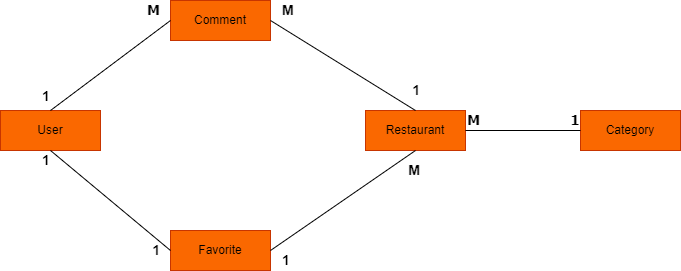
Before: ERD餐廳論壇.png, a diagram exported from draw.io (zephyrlin33/picture). Source tidied: cells renumbered, new cells last; positions are measured from the earlier drawing's top-left corner, leaving out a move shared by most shapes.
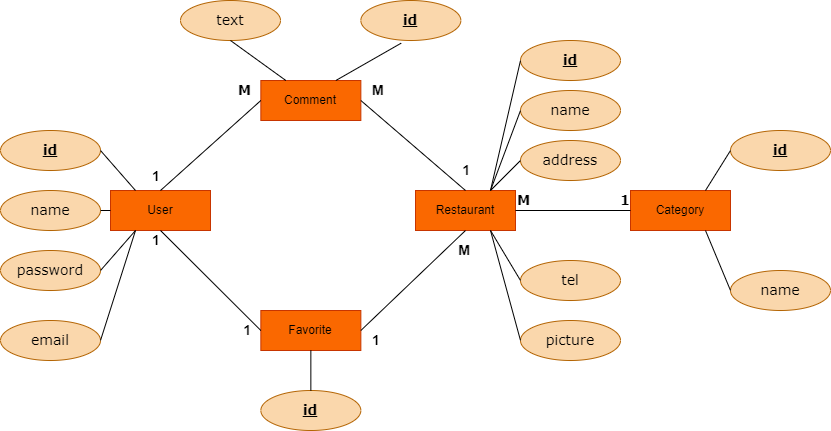
The same diagram one commit later.

Commit message:
更新ERD餐廳論壇.png

Diff of the diagram source:
```diff
@@ -3,13 +3,13 @@
     <mxCell id="0" />
     <mxCell id="1" parent="0" />
     <mxCell id="2" value="User" style="whiteSpace=wrap;html=1;align=center;fillColor=#fa6800;fontColor=#000000;strokeColor=#C73500;" parent="1" vertex="1">
-      <mxGeometry y="110" width="100" height="40" as="geometry" />
+      <mxGeometry x="60" y="110" width="100" height="40" as="geometry" />
     </mxCell>
     <mxCell id="3" value="Comment" style="whiteSpace=wrap;html=1;align=center;fillColor=#fa6800;fontColor=#000000;strokeColor=#C73500;" parent="1" vertex="1">
-      <mxGeometry x="170" width="100" height="40" as="geometry" />
+      <mxGeometry x="210.3" width="100" height="40" as="geometry" />
     </mxCell>
     <mxCell id="4" value="Favorite" style="whiteSpace=wrap;html=1;align=center;fillColor=#fa6800;fontColor=#000000;strokeColor=#C73500;" parent="1" vertex="1">
-      <mxGeometry x="170" y="230" width="100" height="40" as="geometry" />
+      <mxGeometry x="210.3" y="230" width="100" height="40" as="geometry" />
     </mxCell>
     <mxCell id="5" value="Category" style="whiteSpace=wrap;html=1;align=center;fillColor=#fa6800;fontColor=#000000;strokeColor=#C73500;" parent="1" vertex="1">
       <mxGeometry x="580" y="110" width="100" height="40" as="geometry" />
@@ -78,5 +78,89 @@
     <mxCell id="21" value="1" style="html=1;align=right;verticalAlign=bottom;fontFamily=Verdana;fontSize=14;fontStyle=1;" parent="19" vertex="1">
       <mxGeometry x="1" relative="1" as="geometry" />
     </mxCell>
+    <mxCell id="22" value="name" style="ellipse;whiteSpace=wrap;html=1;align=center;fontFamily=Verdana;fontSize=14;fillColor=#fad7ac;strokeColor=#b46504;" parent="1" vertex="1">
+      <mxGeometry x="-50" y="110" width="100" height="40" as="geometry" />
+    </mxCell>
+    <mxCell id="23" value="text" style="ellipse;whiteSpace=wrap;html=1;align=center;fontFamily=Verdana;fontSize=14;fillColor=#fad7ac;strokeColor=#b46504;" parent="1" vertex="1">
+      <mxGeometry x="130" y="-80" width="100" height="40" as="geometry" />
+    </mxCell>
+    <mxCell id="24" value="&lt;b&gt;id&lt;/b&gt;" style="ellipse;whiteSpace=wrap;html=1;align=center;fontStyle=4;fontFamily=Verdana;fontSize=14;fillColor=#fad7ac;strokeColor=#b46504;" parent="1" vertex="1">
+      <mxGeometry x="-50" y="50" width="100" height="40" as="geometry" />
+    </mxCell>
+    <mxCell id="25" value="&lt;b&gt;id&lt;/b&gt;" style="ellipse;whiteSpace=wrap;html=1;align=center;fontStyle=4;fontFamily=Verdana;fontSize=14;fillColor=#fad7ac;strokeColor=#b46504;" parent="1" vertex="1">
+      <mxGeometry x="310.4" y="-80" width="100" height="40" as="geometry" />
+    </mxCell>
+    <mxCell id="26" value="password" style="ellipse;whiteSpace=wrap;html=1;align=center;fontFamily=Verdana;fontSize=14;fillColor=#fad7ac;strokeColor=#b46504;" parent="1" vertex="1">
+      <mxGeometry x="-50" y="170" width="100" height="40" as="geometry" />
+    </mxCell>
+    <mxCell id="27" style="endArrow=none;html=1;rounded=0;fontFamily=Verdana;fontSize=14;exitX=1;exitY=0.5;exitDx=0;exitDy=0;entryX=0.25;entryY=0;entryDx=0;entryDy=0;" parent="1" edge="1" source="24" target="2">
+      <mxGeometry relative="1" as="geometry" />
+    </mxCell>
+    <mxCell id="28" style="endArrow=none;html=1;rounded=0;fontFamily=Verdana;fontSize=14;exitX=1;exitY=0.5;exitDx=0;exitDy=0;entryX=0;entryY=0.5;entryDx=0;entryDy=0;" parent="1" edge="1" source="22" target="2">
+      <mxGeometry relative="1" as="geometry" />
+    </mxCell>
+    <mxCell id="29" style="endArrow=none;html=1;rounded=0;fontFamily=Verdana;fontSize=14;exitX=1;exitY=0.5;exitDx=0;exitDy=0;entryX=0.25;entryY=1;entryDx=0;entryDy=0;" parent="1" edge="1" source="26" target="2">
+      <mxGeometry relative="1" as="geometry" />
+    </mxCell>
+    <mxCell id="30" style="endArrow=none;html=1;rounded=0;fontFamily=Verdana;fontSize=14;exitX=0.5;exitY=1;exitDx=0;exitDy=0;entryX=0.25;entryY=0;entryDx=0;entryDy=0;" parent="1" edge="1" source="23" target="3">
+      <mxGeometry relative="1" as="geometry" />
+    </mxCell>
+    <mxCell id="31" style="endArrow=none;html=1;rounded=0;fontFamily=Verdana;fontSize=14;entryX=0.403;entryY=1.067;entryDx=0;entryDy=0;entryPerimeter=0;exitX=0.75;exitY=0;exitDx=0;exitDy=0;" parent="1" edge="1" source="3" target="25">
+      <mxGeometry relative="1" as="geometry" />
+    </mxCell>
+    <mxCell id="32" value="id" style="ellipse;whiteSpace=wrap;html=1;align=center;fontStyle=5;fontFamily=Verdana;fontSize=14;fillColor=#fad7ac;strokeColor=#b46504;" parent="1" vertex="1">
+      <mxGeometry x="210.4" y="310" width="100" height="40" as="geometry" />
+    </mxCell>
+    <mxCell id="33" style="endArrow=none;html=1;rounded=0;fontFamily=Verdana;fontSize=14;exitX=0.5;exitY=1;exitDx=0;exitDy=0;entryX=0.5;entryY=0;entryDx=0;entryDy=0;" parent="1" edge="1" source="4" target="32">
+      <mxGeometry relative="1" as="geometry" />
+    </mxCell>
+    <mxCell id="34" value="email" style="ellipse;whiteSpace=wrap;html=1;align=center;fontFamily=Verdana;fontSize=14;fillColor=#fad7ac;strokeColor=#b46504;" parent="1" vertex="1">
+      <mxGeometry x="-50" y="240" width="100" height="40" as="geometry" />
+    </mxCell>
+    <mxCell id="35" style="endArrow=none;html=1;rounded=0;fontFamily=Verdana;fontSize=14;exitX=1;exitY=0.5;exitDx=0;exitDy=0;entryX=0.25;entryY=1;entryDx=0;entryDy=0;" parent="1" edge="1" source="34" target="2">
+      <mxGeometry relative="1" as="geometry" />
+    </mxCell>
+    <mxCell id="36" value="&lt;b&gt;id&lt;/b&gt;" style="ellipse;whiteSpace=wrap;html=1;align=center;fontStyle=4;fontFamily=Verdana;fontSize=14;fillColor=#fad7ac;strokeColor=#b46504;" parent="1" vertex="1">
+      <mxGeometry x="470" y="-40" width="100" height="40" as="geometry" />
+    </mxCell>
+    <mxCell id="37" value="name" style="ellipse;whiteSpace=wrap;html=1;align=center;fontFamily=Verdana;fontSize=14;fillColor=#fad7ac;strokeColor=#b46504;" parent="1" vertex="1">
+      <mxGeometry x="470" y="10" width="100" height="40" as="geometry" />
+    </mxCell>
+    <mxCell id="38" value="address" style="ellipse;whiteSpace=wrap;html=1;align=center;fontFamily=Verdana;fontSize=14;fillColor=#fad7ac;strokeColor=#b46504;" parent="1" vertex="1">
+      <mxGeometry x="470" y="60" width="100" height="40" as="geometry" />
+    </mxCell>
+    <mxCell id="39" value="tel" style="ellipse;whiteSpace=wrap;html=1;align=center;fontFamily=Verdana;fontSize=14;fillColor=#fad7ac;strokeColor=#b46504;" parent="1" vertex="1">
+      <mxGeometry x="470" y="180" width="100" height="40" as="geometry" />
+    </mxCell>
+    <mxCell id="40" value="picture" style="ellipse;whiteSpace=wrap;html=1;align=center;fontFamily=Verdana;fontSize=14;fillColor=#fad7ac;strokeColor=#b46504;" parent="1" vertex="1">
+      <mxGeometry x="470" y="240" width="100" height="40" as="geometry" />
+    </mxCell>
+    <mxCell id="41" style="endArrow=none;html=1;rounded=0;fontFamily=Verdana;fontSize=14;entryX=0;entryY=0.5;entryDx=0;entryDy=0;exitX=0.75;exitY=0;exitDx=0;exitDy=0;" parent="1" edge="1" source="6" target="36">
+      <mxGeometry relative="1" as="geometry" />
+    </mxCell>
+    <mxCell id="42" style="endArrow=none;html=1;rounded=0;fontFamily=Verdana;fontSize=14;exitX=0.75;exitY=1;exitDx=0;exitDy=0;entryX=0;entryY=0.5;entryDx=0;entryDy=0;" parent="1" edge="1" source="6" target="39">
+      <mxGeometry relative="1" as="geometry" />
+    </mxCell>
+    <mxCell id="43" style="endArrow=none;html=1;rounded=0;fontFamily=Verdana;fontSize=14;exitX=0.75;exitY=1;exitDx=0;exitDy=0;entryX=0;entryY=0.5;entryDx=0;entryDy=0;" parent="1" edge="1" source="6" target="40">
+      <mxGeometry relative="1" as="geometry" />
+    </mxCell>
+    <mxCell id="44" style="endArrow=none;html=1;rounded=0;fontFamily=Verdana;fontSize=14;entryX=0;entryY=0.5;entryDx=0;entryDy=0;exitX=0.75;exitY=0;exitDx=0;exitDy=0;" parent="1" edge="1" source="6" target="37">
+      <mxGeometry relative="1" as="geometry" />
+    </mxCell>
+    <mxCell id="45" style="endArrow=none;html=1;rounded=0;fontFamily=Verdana;fontSize=14;entryX=0;entryY=0.5;entryDx=0;entryDy=0;exitX=0.75;exitY=0;exitDx=0;exitDy=0;" parent="1" edge="1" source="6" target="38">
+      <mxGeometry relative="1" as="geometry" />
+    </mxCell>
+    <mxCell id="46" value="&lt;b&gt;id&lt;/b&gt;" style="ellipse;whiteSpace=wrap;html=1;align=center;fontStyle=4;fontFamily=Verdana;fontSize=14;fillColor=#fad7ac;strokeColor=#b46504;" parent="1" vertex="1">
+      <mxGeometry x="680" y="50" width="100" height="40" as="geometry" />
+    </mxCell>
+    <mxCell id="47" value="name" style="ellipse;whiteSpace=wrap;html=1;align=center;fontFamily=Verdana;fontSize=14;fillColor=#fad7ac;strokeColor=#b46504;" parent="1" vertex="1">
+      <mxGeometry x="680" y="190" width="100" height="40" as="geometry" />
+    </mxCell>
+    <mxCell id="48" style="endArrow=none;html=1;rounded=0;fontFamily=Verdana;fontSize=14;entryX=0;entryY=0.5;entryDx=0;entryDy=0;exitX=0.75;exitY=0;exitDx=0;exitDy=0;" parent="1" edge="1" source="5" target="46">
+      <mxGeometry relative="1" as="geometry" />
+    </mxCell>
+    <mxCell id="49" style="endArrow=none;html=1;rounded=0;fontFamily=Verdana;fontSize=14;exitX=0.75;exitY=1;exitDx=0;exitDy=0;entryX=0;entryY=0.5;entryDx=0;entryDy=0;" parent="1" edge="1" source="5" target="47">
+      <mxGeometry relative="1" as="geometry" />
+    </mxCell>
   </root>
 </mxGraphModel>
```
